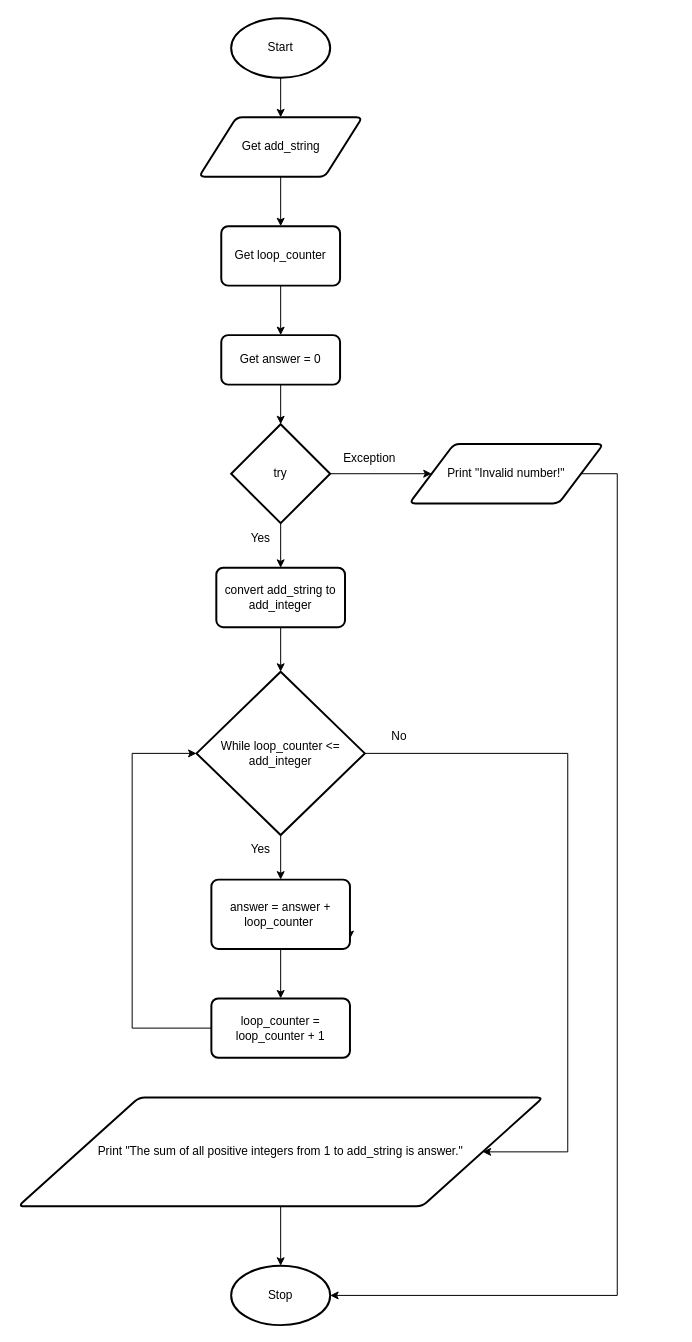
This is design.flowchart.drawio from Yiyun-Qin/ICS3U-Unit4-07-Python, a draw.io file, before an edit. Source tidied: cells renumbered, new cells numbered last; positions are measured from the earlier drawing's top-left corner, leaving out a move shared by most shapes. Both pictures are drawn from the tidied source at 99%, with x=0, y=0 at pixel (18, 18).
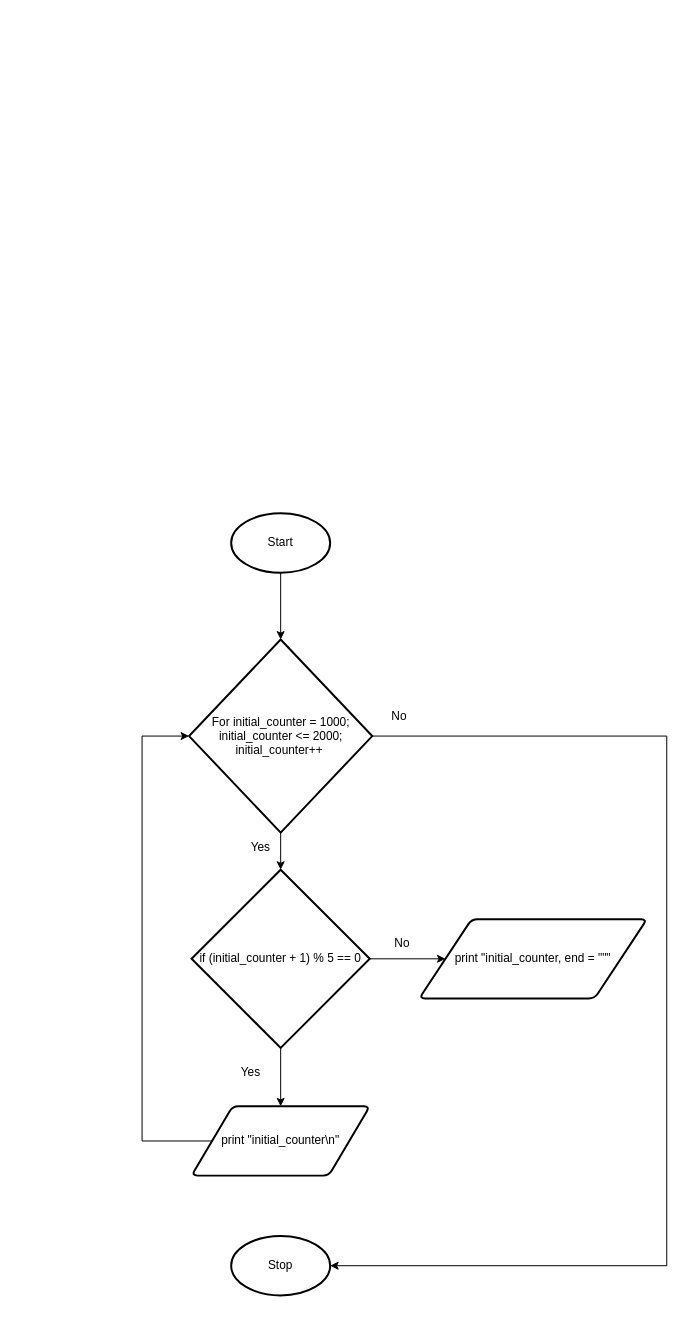
The same diagram, later.

The edit, as a diff of the source:
```diff
@@
-    <mxCell id="2" style="edgeStyle=none;html=1;exitX=0.5;exitY=1;exitDx=0;exitDy=0;exitPerimeter=0;entryX=0.5;entryY=0;entryDx=0;entryDy=0;" parent="1" edge="1" source="3" target="5">
-      <mxGeometry relative="1" as="geometry" />
-    </mxCell>
+    <mxCell id="32" style="edgeStyle=orthogonalEdgeStyle;rounded=0;html=1;exitX=0.5;exitY=1;exitDx=0;exitDy=0;exitPerimeter=0;entryX=0.5;entryY=0;entryDx=0;entryDy=0;entryPerimeter=0;" parent="1" edge="1" source="3" target="19">
+      <mxGeometry relative="1" as="geometry" />
+    </mxCell>
     <mxCell id="3" value="Start" style="strokeWidth=2;html=1;shape=mxgraph.flowchart.start_1;whiteSpace=wrap;" parent="1" vertex="1">
-      <mxGeometry x="215" width="100" height="60" as="geometry" />
+      <mxGeometry x="215" y="500" width="100" height="60" as="geometry" />
     </mxCell>
-    <mxCell id="4" style="edgeStyle=none;html=1;exitX=0.5;exitY=1;exitDx=0;exitDy=0;entryX=0.5;entryY=0;entryDx=0;entryDy=0;" parent="1" edge="1" source="5" target="24">
-      <mxGeometry relative="1" as="geometry" />
-    </mxCell>
-    <mxCell id="5" value="Get add_string" style="shape=parallelogram;html=1;strokeWidth=2;perimeter=parallelogramPerimeter;whiteSpace=wrap;rounded=1;arcSize=12;size=0.23;" parent="1" vertex="1">
-      <mxGeometry x="182.5" y="100" width="165" height="60" as="geometry" />
-    </mxCell>
     <mxCell id="6" value="Stop" style="strokeWidth=2;html=1;shape=mxgraph.flowchart.start_1;whiteSpace=wrap;" parent="1" vertex="1">
-      <mxGeometry x="215" y="1260" width="100" height="60" as="geometry" />
+      <mxGeometry x="215" y="1230" width="100" height="60" as="geometry" />
     </mxCell>
+    <mxCell id="8" value="No" style="text;html=1;strokeColor=none;fillColor=none;align=center;verticalAlign=middle;whiteSpace=wrap;rounded=0;" parent="1" vertex="1">
+      <mxGeometry x="357.5" y="920" width="60" height="30" as="geometry" />
+    </mxCell>
+    <mxCell id="33" style="edgeStyle=none;html=1;exitX=0.5;exitY=1;exitDx=0;exitDy=0;exitPerimeter=0;entryX=0.5;entryY=0;entryDx=0;entryDy=0;entryPerimeter=0;" parent="1" edge="1" source="19" target="14">
+      <mxGeometry relative="1" as="geometry" />
+    </mxCell>
+    <mxCell id="34" style="edgeStyle=orthogonalEdgeStyle;rounded=0;html=1;exitX=1;exitY=0.5;exitDx=0;exitDy=0;exitPerimeter=0;entryX=1;entryY=0.5;entryDx=0;entryDy=0;entryPerimeter=0;" parent="1" edge="1" source="19" target="6">
+      <mxGeometry relative="1" as="geometry">
+        <Array as="points">
+          <mxPoint x="655" y="725" />
+          <mxPoint x="655" y="1260" />
+        </Array>
+      </mxGeometry>
+    </mxCell>
+    <mxCell id="19" value="For initial_counter = 1000; initial_counter &amp;lt;= 2000; initial_counter++&amp;nbsp;" style="strokeWidth=2;html=1;shape=mxgraph.flowchart.decision;whiteSpace=wrap;" parent="1" vertex="1">
+      <mxGeometry x="172.5" y="627.5" width="185" height="195" as="geometry" />
+    </mxCell>
+    <mxCell id="29" value="Yes" style="text;html=1;strokeColor=none;fillColor=none;align=center;verticalAlign=middle;whiteSpace=wrap;rounded=0;" parent="1" vertex="1">
+      <mxGeometry x="205" y="1050" width="60" height="30" as="geometry" />
+    </mxCell>
+    <mxCell id="35" style="edgeStyle=none;html=1;exitX=0.5;exitY=1;exitDx=0;exitDy=0;exitPerimeter=0;entryX=0.5;entryY=0;entryDx=0;entryDy=0;" parent="1" edge="1" source="14" target="38">
+      <mxGeometry relative="1" as="geometry" />
+    </mxCell>
+    <mxCell id="36" style="edgeStyle=none;html=1;exitX=1;exitY=0.5;exitDx=0;exitDy=0;exitPerimeter=0;entryX=0;entryY=0.5;entryDx=0;entryDy=0;" parent="1" edge="1" source="14" target="39">
+      <mxGeometry relative="1" as="geometry" />
+    </mxCell>
+    <mxCell id="14" value="if (initial_counter + 1) % 5 == 0" style="strokeWidth=2;html=1;shape=mxgraph.flowchart.decision;whiteSpace=wrap;" parent="1" vertex="1">
+      <mxGeometry x="175" y="860" width="180" height="180" as="geometry" />
+    </mxCell>
+    <mxCell id="37" style="edgeStyle=orthogonalEdgeStyle;html=1;exitX=0;exitY=0.5;exitDx=0;exitDy=0;entryX=0;entryY=0.5;entryDx=0;entryDy=0;entryPerimeter=0;rounded=0;" parent="1" edge="1" source="38" target="19">
+      <mxGeometry relative="1" as="geometry">
+        <Array as="points">
+          <mxPoint x="125" y="1134" />
+          <mxPoint x="125" y="725" />
+        </Array>
+      </mxGeometry>
+    </mxCell>
+    <mxCell id="38" value="print &quot;initial_counter\n&quot;" style="shape=parallelogram;html=1;strokeWidth=2;perimeter=parallelogramPerimeter;whiteSpace=wrap;rounded=1;arcSize=12;size=0.23;" parent="1" vertex="1">
+      <mxGeometry x="175" y="1099" width="180" height="70" as="geometry" />
+    </mxCell>
+    <mxCell id="39" value="print &quot;initial_counter, end = &quot;&quot;&quot;" style="shape=parallelogram;html=1;strokeWidth=2;perimeter=parallelogramPerimeter;whiteSpace=wrap;rounded=1;arcSize=12;size=0.23;" parent="1" vertex="1">
+      <mxGeometry x="405" y="910" width="230" height="80" as="geometry" />
+    </mxCell>
     <mxCell id="7" value="Yes" style="text;html=1;strokeColor=none;fillColor=none;align=center;verticalAlign=middle;whiteSpace=wrap;rounded=0;" parent="1" vertex="1">
-      <mxGeometry x="215" y="510" width="60" height="30" as="geometry" />
+      <mxGeometry x="215" y="822.5" width="60" height="30" as="geometry" />
     </mxCell>
-    <mxCell id="8" value="No" style="text;html=1;strokeColor=none;fillColor=none;align=center;verticalAlign=middle;whiteSpace=wrap;rounded=0;" parent="1" vertex="1">
-      <mxGeometry x="355" y="710" width="60" height="30" as="geometry" />
-    </mxCell>
-    <mxCell id="9" style="edgeStyle=none;html=1;exitX=0.5;exitY=1;exitDx=0;exitDy=0;exitPerimeter=0;entryX=0.5;entryY=0;entryDx=0;entryDy=0;" parent="1" edge="1" source="11" target="13">
-      <mxGeometry relative="1" as="geometry" />
-    </mxCell>
-    <mxCell id="10" style="edgeStyle=none;html=1;exitX=1;exitY=0.5;exitDx=0;exitDy=0;exitPerimeter=0;entryX=0;entryY=0.5;entryDx=0;entryDy=0;" parent="1" edge="1" source="11" target="15">
-      <mxGeometry relative="1" as="geometry" />
-    </mxCell>
-    <mxCell id="11" value="try" style="strokeWidth=2;html=1;shape=mxgraph.flowchart.decision;whiteSpace=wrap;" parent="1" vertex="1">
-      <mxGeometry x="215" y="410" width="100" height="100" as="geometry" />
-    </mxCell>
-    <mxCell id="12" style="edgeStyle=none;html=1;exitX=0.5;exitY=1;exitDx=0;exitDy=0;entryX=0.5;entryY=0;entryDx=0;entryDy=0;entryPerimeter=0;" parent="1" edge="1" source="13" target="19">
-      <mxGeometry relative="1" as="geometry" />
-    </mxCell>
-    <mxCell id="13" value="convert add_string to add_integer" style="rounded=1;whiteSpace=wrap;html=1;absoluteArcSize=1;arcSize=14;strokeWidth=2;" parent="1" vertex="1">
-      <mxGeometry x="200" y="555" width="130" height="60" as="geometry" />
-    </mxCell>
-    <mxCell id="14" style="edgeStyle=orthogonalEdgeStyle;html=1;exitX=1;exitY=0.5;exitDx=0;exitDy=0;entryX=1;entryY=0.5;entryDx=0;entryDy=0;entryPerimeter=0;rounded=0;" parent="1" edge="1" source="15" target="6">
-      <mxGeometry relative="1" as="geometry">
-        <Array as="points">
-          <mxPoint x="605" y="460" />
-          <mxPoint x="605" y="1290" />
-        </Array>
-      </mxGeometry>
-    </mxCell>
-    <mxCell id="15" value="Print &quot;Invalid number!&quot;" style="shape=parallelogram;html=1;strokeWidth=2;perimeter=parallelogramPerimeter;whiteSpace=wrap;rounded=1;arcSize=12;size=0.23;" parent="1" vertex="1">
-      <mxGeometry x="395" y="430" width="196" height="60" as="geometry" />
-    </mxCell>
-    <mxCell id="16" value="Exception" style="text;html=1;strokeColor=none;fillColor=none;align=center;verticalAlign=middle;whiteSpace=wrap;rounded=0;" parent="1" vertex="1">
-      <mxGeometry x="325" y="430" width="60" height="30" as="geometry" />
-    </mxCell>
-    <mxCell id="17" style="edgeStyle=none;html=1;exitX=0.5;exitY=1;exitDx=0;exitDy=0;exitPerimeter=0;entryX=0.5;entryY=0;entryDx=0;entryDy=0;" parent="1" edge="1" source="19" target="22">
-      <mxGeometry relative="1" as="geometry" />
-    </mxCell>
-    <mxCell id="18" style="edgeStyle=orthogonalEdgeStyle;rounded=0;html=1;exitX=1;exitY=0.5;exitDx=0;exitDy=0;exitPerimeter=0;entryX=1;entryY=0.5;entryDx=0;entryDy=0;" parent="1" edge="1" source="19" target="31">
-      <mxGeometry relative="1" as="geometry">
-        <Array as="points">
-          <mxPoint x="555" y="743" />
-          <mxPoint x="555" y="1145" />
-        </Array>
-      </mxGeometry>
-    </mxCell>
-    <mxCell id="19" value="While loop_counter &amp;lt;= add_integer" style="strokeWidth=2;html=1;shape=mxgraph.flowchart.decision;whiteSpace=wrap;" parent="1" vertex="1">
-      <mxGeometry x="180" y="660" width="170" height="165" as="geometry" />
-    </mxCell>
-    <mxCell id="20" style="edgeStyle=none;html=1;exitX=1;exitY=0.75;exitDx=0;exitDy=0;" parent="1" edge="1" source="22">
-      <mxGeometry relative="1" as="geometry">
-        <mxPoint x="335" y="930" as="targetPoint" />
-      </mxGeometry>
-    </mxCell>
-    <mxCell id="21" style="edgeStyle=none;html=1;exitX=0.5;exitY=1;exitDx=0;exitDy=0;entryX=0.5;entryY=0;entryDx=0;entryDy=0;" parent="1" edge="1" source="22" target="28">
-      <mxGeometry relative="1" as="geometry" />
-    </mxCell>
-    <mxCell id="22" value="answer = answer + loop_counter&amp;nbsp;" style="rounded=1;whiteSpace=wrap;html=1;absoluteArcSize=1;arcSize=14;strokeWidth=2;" parent="1" vertex="1">
-      <mxGeometry x="195" y="870" width="140" height="70" as="geometry" />
-    </mxCell>
-    <mxCell id="23" style="edgeStyle=none;html=1;exitX=0.5;exitY=1;exitDx=0;exitDy=0;entryX=0.5;entryY=0;entryDx=0;entryDy=0;" parent="1" edge="1" source="24" target="26">
-      <mxGeometry relative="1" as="geometry" />
-    </mxCell>
-    <mxCell id="24" value="Get loop_counter" style="rounded=1;whiteSpace=wrap;html=1;absoluteArcSize=1;arcSize=14;strokeWidth=2;" parent="1" vertex="1">
-      <mxGeometry x="205" y="210" width="120" height="60" as="geometry" />
-    </mxCell>
-    <mxCell id="25" style="edgeStyle=none;html=1;exitX=0.5;exitY=1;exitDx=0;exitDy=0;entryX=0.5;entryY=0;entryDx=0;entryDy=0;entryPerimeter=0;" parent="1" edge="1" source="26" target="11">
-      <mxGeometry relative="1" as="geometry" />
-    </mxCell>
-    <mxCell id="26" value="Get answer = 0" style="rounded=1;whiteSpace=wrap;html=1;absoluteArcSize=1;arcSize=14;strokeWidth=2;" parent="1" vertex="1">
-      <mxGeometry x="205" y="320" width="120" height="50" as="geometry" />
-    </mxCell>
-    <mxCell id="27" style="edgeStyle=orthogonalEdgeStyle;html=1;exitX=0;exitY=0.5;exitDx=0;exitDy=0;entryX=0;entryY=0.5;entryDx=0;entryDy=0;entryPerimeter=0;rounded=0;" parent="1" edge="1" source="28" target="19">
-      <mxGeometry relative="1" as="geometry">
-        <Array as="points">
-          <mxPoint x="115" y="1020" />
-          <mxPoint x="115" y="743" />
-        </Array>
-      </mxGeometry>
-    </mxCell>
-    <mxCell id="28" value="loop_counter = loop_counter + 1" style="rounded=1;whiteSpace=wrap;html=1;absoluteArcSize=1;arcSize=14;strokeWidth=2;" parent="1" vertex="1">
-      <mxGeometry x="195" y="990" width="140" height="60" as="geometry" />
-    </mxCell>
-    <mxCell id="29" value="Yes" style="text;html=1;strokeColor=none;fillColor=none;align=center;verticalAlign=middle;whiteSpace=wrap;rounded=0;" parent="1" vertex="1">
-      <mxGeometry x="215" y="825" width="60" height="30" as="geometry" />
-    </mxCell>
-    <mxCell id="30" style="edgeStyle=orthogonalEdgeStyle;rounded=0;html=1;exitX=0.5;exitY=1;exitDx=0;exitDy=0;entryX=0.5;entryY=0;entryDx=0;entryDy=0;entryPerimeter=0;" parent="1" edge="1" source="31" target="6">
-      <mxGeometry relative="1" as="geometry" />
-    </mxCell>
-    <mxCell id="31" value="Print &quot;The sum of all positive integers from 1 to add_string is answer.&quot;" style="shape=parallelogram;html=1;strokeWidth=2;perimeter=parallelogramPerimeter;whiteSpace=wrap;rounded=1;arcSize=12;size=0.23;" parent="1" vertex="1">
-      <mxGeometry y="1090" width="530" height="110" as="geometry" />
-    </mxCell>
+    <mxCell id="40" value="No" style="text;html=1;strokeColor=none;fillColor=none;align=center;verticalAlign=middle;whiteSpace=wrap;rounded=0;" parent="1" vertex="1">
+      <mxGeometry x="355" y="690" width="60" height="30" as="geometry" />
+    </mxCell>
```
